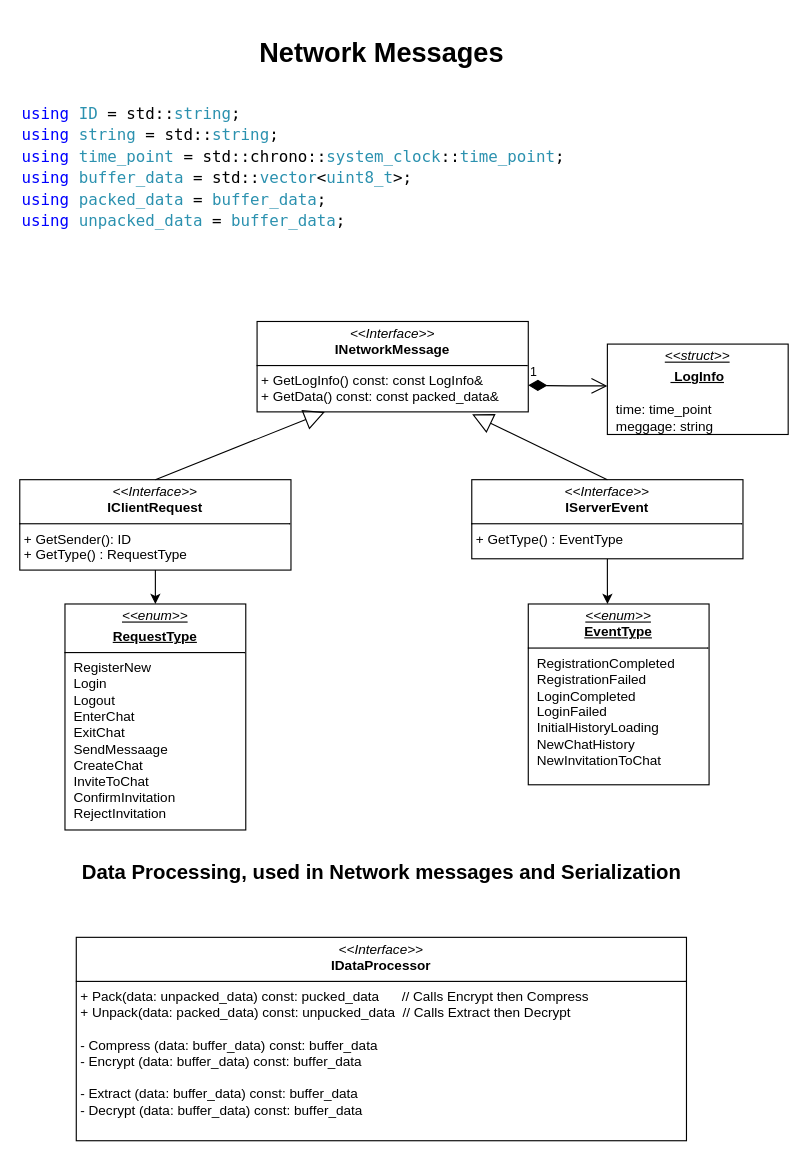
The draw.io diagram Documentation/Diagrams/Network Messages.drawio in CheskisVladimir/MessengerV, before the edit. Source tidied: cells renumbered, new cells numbered last; positions are measured from the earlier drawing's top-left corner, leaving out a move shared by most shapes. Both pictures are drawn from the tidied source at 113%, with x=0, y=0 at pixel (19, 38).
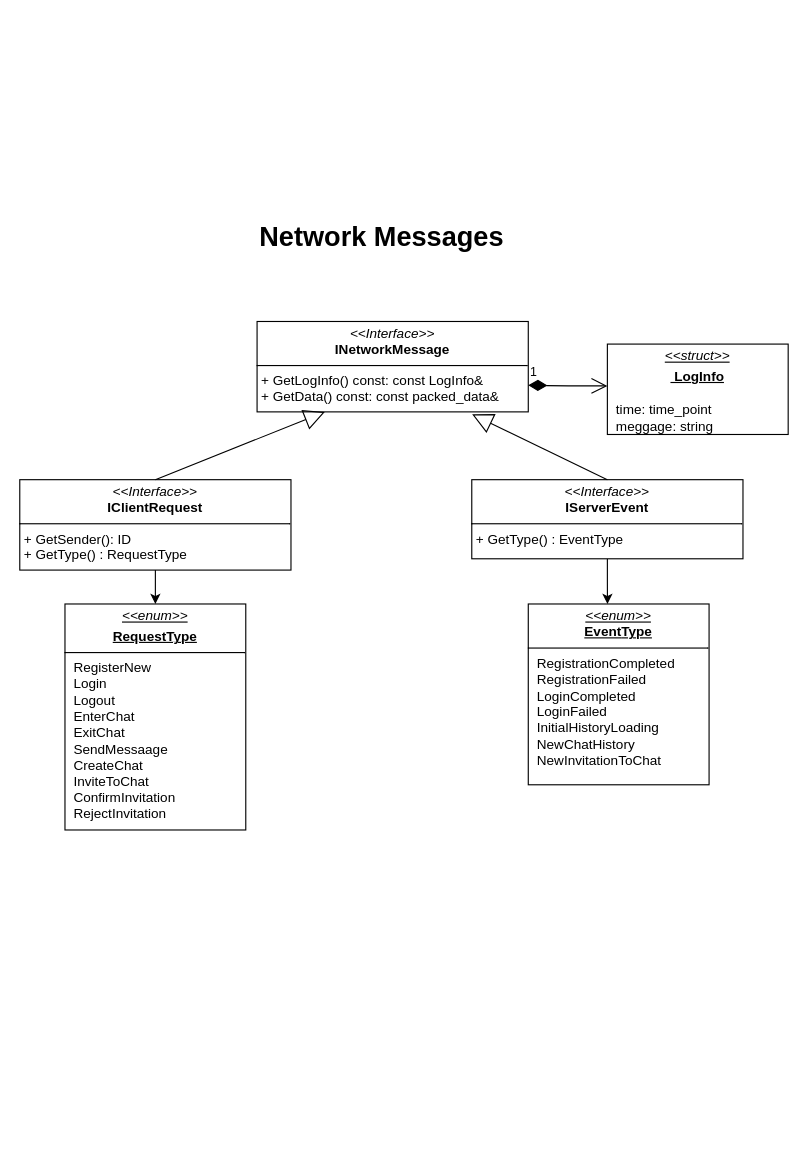
The same diagram, later.

Diff of the diagram source:
```diff
@@
 <mxGraphModel>
   <root>
     <mxCell id="0" />
     <mxCell id="1" parent="0" />
     <mxCell id="2" value="&lt;h1&gt;Network Messages&lt;/h1&gt;" style="text;align=center;fontStyle=1;verticalAlign=middle;spacingLeft=3;spacingRight=3;strokeColor=none;html=1;" parent="1" vertex="1">
-      <mxGeometry x="280" width="80" height="26" as="geometry" />
+      <mxGeometry x="280" y="163" width="80" height="26" as="geometry" />
     </mxCell>
     <mxCell id="3" value="&lt;p style=&quot;margin:0px;margin-top:4px;text-align:center;text-decoration:underline;&quot;&gt;&lt;/p&gt;&lt;p style=&quot;text-decoration-line: underline; margin: 4px 0px 0px; text-align: center;&quot;&gt;&lt;i&gt;&amp;lt;&amp;lt;struct&amp;gt;&amp;gt;&lt;/i&gt;&lt;/p&gt;&lt;p style=&quot;text-decoration-line: underline; margin: 4px 0px 0px; text-align: center;&quot;&gt;&lt;b&gt;&amp;nbsp;LogInfo&lt;/b&gt;&lt;/p&gt;&lt;p style=&quot;margin:0px;margin-left:8px;&quot;&gt;&lt;br&gt;&lt;/p&gt;&lt;p style=&quot;margin:0px;margin-left:8px;&quot;&gt;time: time_point&lt;/p&gt;&lt;p style=&quot;margin:0px;margin-left:8px;&quot;&gt;meggage: string&lt;/p&gt;" style="verticalAlign=top;align=left;overflow=fill;html=1;whiteSpace=wrap;" parent="1" vertex="1">
       <mxGeometry x="520" y="270" width="160" height="80" as="geometry" />
     </mxCell>
     <mxCell id="4" value="&lt;p style=&quot;margin:0px;margin-top:4px;text-align:center;&quot;&gt;&lt;i&gt;&amp;lt;&amp;lt;Interface&amp;gt;&amp;gt;&lt;/i&gt;&lt;br&gt;&lt;b&gt;INetworkMessage&lt;/b&gt;&lt;/p&gt;&lt;hr size=&quot;1&quot; style=&quot;border-style:solid;&quot;&gt;&lt;p style=&quot;margin:0px;margin-left:4px;&quot;&gt;&lt;/p&gt;&lt;p style=&quot;margin:0px;margin-left:4px;&quot;&gt;+ GetLogInfo() const: const LogInfo&amp;amp;&lt;br&gt;+ GetData() const:&amp;nbsp;&lt;span style=&quot;background-color: transparent; color: light-dark(rgb(0, 0, 0), rgb(255, 255, 255));&quot;&gt;const packed_data&amp;amp;&lt;/span&gt;&lt;br&gt;&lt;/p&gt;&lt;p style=&quot;margin:0px;margin-left:4px;&quot;&gt;&lt;br&gt;&lt;/p&gt;" style="verticalAlign=top;align=left;overflow=fill;html=1;whiteSpace=wrap;" parent="1" vertex="1">
       <mxGeometry x="210" y="250" width="240" height="80" as="geometry" />
     </mxCell>
     <mxCell id="5" value="1" style="endArrow=open;html=1;endSize=12;startArrow=diamondThin;startSize=14;startFill=1;edgeStyle=orthogonalEdgeStyle;align=left;verticalAlign=bottom;rounded=0;" parent="1" edge="1">
       <mxGeometry x="-1" y="3" relative="1" as="geometry">
         <mxPoint x="450" y="306.5" as="sourcePoint" />
         <mxPoint x="520" y="307" as="targetPoint" />
       </mxGeometry>
     </mxCell>
     <mxCell id="6" style="edgeStyle=orthogonalEdgeStyle;rounded=0;jettySize=auto;html=1;" parent="1" edge="1" source="7" target="13">
       <mxGeometry relative="1" as="geometry" />
     </mxCell>
     <mxCell id="7" value="&lt;p style=&quot;margin:0px;margin-top:4px;text-align:center;&quot;&gt;&lt;i&gt;&amp;lt;&amp;lt;Interface&amp;gt;&amp;gt;&lt;/i&gt;&lt;br&gt;&lt;b&gt;IClientRequest&lt;/b&gt;&lt;/p&gt;&lt;hr size=&quot;1&quot; style=&quot;border-style:solid;&quot;&gt;&lt;p style=&quot;margin:0px;margin-left:4px;&quot;&gt;&lt;/p&gt;&lt;p style=&quot;margin:0px;margin-left:4px;&quot;&gt;+ GetSender(): ID&lt;br&gt;+ GetType() : RequestType&lt;br&gt;&lt;/p&gt;" style="verticalAlign=top;align=left;overflow=fill;html=1;whiteSpace=wrap;" parent="1" vertex="1">
       <mxGeometry y="390" width="240" height="80" as="geometry" />
     </mxCell>
     <mxCell id="8" style="edgeStyle=orthogonalEdgeStyle;rounded=0;jettySize=auto;html=1;entryX=0.438;entryY=0;entryDx=0;entryDy=0;entryPerimeter=0;" parent="1" edge="1" source="9" target="12">
       <mxGeometry relative="1" as="geometry" />
     </mxCell>
     <mxCell id="9" value="&lt;p style=&quot;margin:0px;margin-top:4px;text-align:center;&quot;&gt;&lt;i&gt;&amp;lt;&amp;lt;Interface&amp;gt;&amp;gt;&lt;/i&gt;&lt;br&gt;&lt;b&gt;IServerEvent&lt;/b&gt;&lt;/p&gt;&lt;hr size=&quot;1&quot; style=&quot;border-style:solid;&quot;&gt;&lt;p style=&quot;margin:0px;margin-left:4px;&quot;&gt;&lt;/p&gt;&lt;p style=&quot;margin:0px;margin-left:4px;&quot;&gt;+ GetType() : EventType&lt;/p&gt;&lt;p style=&quot;margin:0px;margin-left:4px;&quot;&gt;&lt;br&gt;&lt;/p&gt;" style="verticalAlign=top;align=left;overflow=fill;html=1;whiteSpace=wrap;" parent="1" vertex="1">
       <mxGeometry x="400" y="390" width="240" height="70" as="geometry" />
     </mxCell>
     <mxCell id="10" style="endArrow=block;endSize=16;endFill=0;html=1;rounded=0;exitX=0.5;exitY=0;exitDx=0;exitDy=0;" parent="1" edge="1" source="7">
       <mxGeometry relative="1" as="geometry">
         <mxPoint x="270" y="330" as="targetPoint" />
       </mxGeometry>
     </mxCell>
     <mxCell id="11" style="endArrow=block;endSize=16;endFill=0;html=1;rounded=0;entryX=0.793;entryY=1.027;entryDx=0;entryDy=0;exitX=0.5;exitY=0;exitDx=0;exitDy=0;entryPerimeter=0;" parent="1" edge="1" source="9" target="4">
       <mxGeometry relative="1" as="geometry" />
     </mxCell>
     <mxCell id="12" value="&lt;p style=&quot;text-decoration-line: underline; margin: 4px 0px 0px; text-align: center;&quot;&gt;&lt;i&gt;&amp;lt;&amp;lt;enum&amp;gt;&amp;gt;&lt;br&gt;&lt;/i&gt;&lt;b&gt;Event&lt;/b&gt;&lt;b style=&quot;background-color: transparent; color: light-dark(rgb(0, 0, 0), rgb(255, 255, 255));&quot;&gt;Type&lt;/b&gt;&lt;/p&gt;&lt;hr size=&quot;1&quot; style=&quot;border-style:solid;&quot;&gt;&lt;p style=&quot;margin:0px;margin-left:8px;&quot;&gt;RegistrationCompleted&lt;br&gt;RegistrationFailed&lt;br&gt;LoginCompleted&lt;/p&gt;&lt;p style=&quot;margin:0px;margin-left:8px;&quot;&gt;LoginFailed&lt;/p&gt;&lt;p style=&quot;margin:0px;margin-left:8px;&quot;&gt;InitialHistoryLoading&lt;/p&gt;&lt;p style=&quot;margin:0px;margin-left:8px;&quot;&gt;NewChatHistory&lt;/p&gt;&lt;p style=&quot;margin:0px;margin-left:8px;&quot;&gt;NewInvitationToChat&lt;/p&gt;" style="verticalAlign=top;align=left;overflow=fill;html=1;whiteSpace=wrap;" parent="1" vertex="1">
       <mxGeometry x="450" y="500" width="160" height="160" as="geometry" />
     </mxCell>
     <mxCell id="13" value="&lt;p style=&quot;margin:0px;margin-top:4px;text-align:center;text-decoration:underline;&quot;&gt;&lt;i&gt;&amp;lt;&amp;lt;enum&amp;gt;&amp;gt;&lt;/i&gt;&lt;/p&gt;&lt;p style=&quot;margin:0px;margin-top:4px;text-align:center;text-decoration:underline;&quot;&gt;&lt;b&gt;RequestType&lt;/b&gt;&lt;/p&gt;&lt;hr size=&quot;1&quot; style=&quot;border-style:solid;&quot;&gt;&lt;p style=&quot;margin:0px;margin-left:8px;&quot;&gt;RegisterNew&lt;br&gt;Login&lt;br&gt;Logout&lt;br&gt;EnterChat&lt;/p&gt;&lt;p style=&quot;margin:0px;margin-left:8px;&quot;&gt;ExitChat&lt;/p&gt;&lt;p style=&quot;margin:0px;margin-left:8px;&quot;&gt;SendMessaage&lt;/p&gt;&lt;p style=&quot;margin:0px;margin-left:8px;&quot;&gt;CreateChat&lt;br&gt;InviteToChat&lt;/p&gt;&lt;p style=&quot;margin:0px;margin-left:8px;&quot;&gt;ConfirmInvitation&lt;br&gt;Reject&lt;span style=&quot;background-color: transparent; color: light-dark(rgb(0, 0, 0), rgb(255, 255, 255));&quot;&gt;Invitation&lt;/span&gt;&lt;/p&gt;" style="verticalAlign=top;align=left;overflow=fill;html=1;whiteSpace=wrap;" parent="1" vertex="1">
       <mxGeometry x="40" y="500" width="160" height="200" as="geometry" />
     </mxCell>
-    <mxCell id="14" value="&lt;p style=&quot;margin:0px;margin-top:4px;text-align:center;&quot;&gt;&lt;i&gt;&amp;lt;&amp;lt;Interface&amp;gt;&amp;gt;&lt;/i&gt;&lt;br&gt;&lt;b&gt;IDataProcessor&lt;/b&gt;&lt;/p&gt;&lt;hr size=&quot;1&quot; style=&quot;border-style:solid;&quot;&gt;&lt;p style=&quot;margin:0px;margin-left:4px;&quot;&gt;&lt;/p&gt;&lt;p style=&quot;margin:0px;margin-left:4px;&quot;&gt;+ Pack(data: unpacked_data) const: pucked_data&amp;nbsp; &amp;nbsp; &amp;nbsp; // Calls&amp;nbsp;&lt;span style=&quot;background-color: transparent; color: light-dark(rgb(0, 0, 0), rgb(255, 255, 255));&quot;&gt;Encrypt then&amp;nbsp;&lt;/span&gt;&lt;span style=&quot;background-color: transparent; color: light-dark(rgb(0, 0, 0), rgb(255, 255, 255));&quot;&gt;Compress&lt;/span&gt;&lt;/p&gt;&lt;p style=&quot;margin:0px;margin-left:4px;&quot;&gt;+ Unpack(data: packed_data) const: unpucked_data&amp;nbsp; //&amp;nbsp;&lt;span style=&quot;background-color: transparent; color: light-dark(rgb(0, 0, 0), rgb(255, 255, 255));&quot;&gt;Calls&amp;nbsp;&lt;/span&gt;Extract&lt;span style=&quot;background-color: transparent; color: light-dark(rgb(0, 0, 0), rgb(255, 255, 255));&quot;&gt;&amp;nbsp;then&amp;nbsp;&lt;/span&gt;&lt;span style=&quot;background-color: transparent; color: light-dark(rgb(0, 0, 0), rgb(255, 255, 255));&quot;&gt;Decrypt&lt;/span&gt;&lt;br&gt;&lt;/p&gt;&lt;p style=&quot;margin:0px;margin-left:4px;&quot;&gt;&lt;br&gt;&lt;/p&gt;&lt;p style=&quot;margin:0px;margin-left:4px;&quot;&gt;- Compress (data: buffer_data) const: buffer_data&lt;/p&gt;&lt;p style=&quot;margin: 0px 0px 0px 4px;&quot;&gt;- Encrypt (data: buffer_data) const: buffer_data&lt;/p&gt;&lt;p style=&quot;margin: 0px 0px 0px 4px;&quot;&gt;&lt;br&gt;&lt;/p&gt;&lt;p style=&quot;margin: 0px 0px 0px 4px;&quot;&gt;- Extract (data: buffer_data) const: buffer_data&lt;/p&gt;&lt;p style=&quot;margin: 0px 0px 0px 4px;&quot;&gt;- Decrypt (data: buffer_data) const: buffer_data&lt;/p&gt;&lt;p style=&quot;margin: 0px 0px 0px 4px;&quot;&gt;&lt;br&gt;&lt;/p&gt;&lt;p style=&quot;margin: 0px 0px 0px 4px;&quot;&gt;&lt;br&gt;&lt;/p&gt;" style="verticalAlign=top;align=left;overflow=fill;html=1;whiteSpace=wrap;" parent="1" vertex="1">
-      <mxGeometry x="50" y="795" width="540" height="180" as="geometry" />
-    </mxCell>
-    <mxCell id="15" value="&lt;div style=&quot;color: #000000;background-color: #ffffff;font-family: 'Droid Sans Mono', 'monospace', monospace;font-weight: normal;font-size: 14px;line-height: 19px;white-space: pre;&quot;&gt;&lt;div&gt;&lt;span style=&quot;color: #0000ff;&quot;&gt;using&lt;/span&gt;&lt;span style=&quot;color: #000000;&quot;&gt; &lt;/span&gt;&lt;span style=&quot;color: #2b91af;&quot;&gt;ID&lt;/span&gt;&lt;span style=&quot;color: #000000;&quot;&gt; = &lt;/span&gt;&lt;span style=&quot;color: #000000;&quot;&gt;std&lt;/span&gt;&lt;span style=&quot;color: #000000;&quot;&gt;::&lt;/span&gt;&lt;span style=&quot;color: #2b91af;&quot;&gt;string&lt;/span&gt;&lt;span style=&quot;color: #000000;&quot;&gt;;&lt;/span&gt;&lt;/div&gt;&lt;div&gt;&lt;span style=&quot;color: #0000ff;&quot;&gt;using&lt;/span&gt;&lt;span style=&quot;color: #000000;&quot;&gt; &lt;/span&gt;&lt;span style=&quot;color: #2b91af;&quot;&gt;string&lt;/span&gt;&lt;span style=&quot;color: #000000;&quot;&gt; = &lt;/span&gt;&lt;span style=&quot;color: #000000;&quot;&gt;std&lt;/span&gt;&lt;span style=&quot;color: #000000;&quot;&gt;::&lt;/span&gt;&lt;span style=&quot;color: #2b91af;&quot;&gt;string&lt;/span&gt;&lt;span style=&quot;color: #000000;&quot;&gt;;&lt;/span&gt;&lt;/div&gt;&lt;div&gt;&lt;span style=&quot;color: #0000ff;&quot;&gt;using&lt;/span&gt;&lt;span style=&quot;color: #000000;&quot;&gt; &lt;/span&gt;&lt;span style=&quot;color: #2b91af;&quot;&gt;time_point&lt;/span&gt;&lt;span style=&quot;color: #000000;&quot;&gt; = &lt;/span&gt;&lt;span style=&quot;color: #000000;&quot;&gt;std&lt;/span&gt;&lt;span style=&quot;color: #000000;&quot;&gt;::&lt;/span&gt;&lt;span style=&quot;color: #000000;&quot;&gt;chrono&lt;/span&gt;&lt;span style=&quot;color: #000000;&quot;&gt;::&lt;/span&gt;&lt;span style=&quot;color: #2b91af;&quot;&gt;system_clock&lt;/span&gt;&lt;span style=&quot;color: #000000;&quot;&gt;::&lt;/span&gt;&lt;span style=&quot;color: #2b91af;&quot;&gt;time_point&lt;/span&gt;&lt;span style=&quot;color: #000000;&quot;&gt;;&lt;/span&gt;&lt;/div&gt;&lt;div&gt;&lt;span style=&quot;color: #0000ff;&quot;&gt;using&lt;/span&gt;&lt;span style=&quot;color: #000000;&quot;&gt; &lt;/span&gt;&lt;span style=&quot;color: #2b91af;&quot;&gt;buffer_data&lt;/span&gt;&lt;span style=&quot;color: #000000;&quot;&gt; = &lt;/span&gt;&lt;span style=&quot;color: #000000;&quot;&gt;std&lt;/span&gt;&lt;span style=&quot;color: #000000;&quot;&gt;::&lt;/span&gt;&lt;span style=&quot;color: #2b91af;&quot;&gt;vector&lt;/span&gt;&lt;span style=&quot;color: #000000;&quot;&gt;&amp;lt;&lt;/span&gt;&lt;span style=&quot;color: #2b91af;&quot;&gt;uint8_t&lt;/span&gt;&lt;span style=&quot;color: #000000;&quot;&gt;&amp;gt;;&lt;/span&gt;&lt;/div&gt;&lt;div&gt;&lt;span style=&quot;color: #0000ff;&quot;&gt;using&lt;/span&gt;&lt;span style=&quot;color: #000000;&quot;&gt; &lt;/span&gt;&lt;span style=&quot;color: #2b91af;&quot;&gt;packed_data&lt;/span&gt;&lt;span style=&quot;color: #000000;&quot;&gt; = &lt;/span&gt;&lt;span style=&quot;color: #2b91af;&quot;&gt;buffer_data&lt;/span&gt;&lt;span style=&quot;color: #000000;&quot;&gt;;&lt;/span&gt;&lt;/div&gt;&lt;div&gt;&lt;span style=&quot;color: #0000ff;&quot;&gt;using&lt;/span&gt;&lt;span style=&quot;color: #000000;&quot;&gt; &lt;/span&gt;&lt;span style=&quot;color: #2b91af;&quot;&gt;unpacked_data&lt;/span&gt;&lt;span style=&quot;color: #000000;&quot;&gt; = &lt;/span&gt;&lt;span style=&quot;color: #2b91af;&quot;&gt;buffer_data&lt;/span&gt;&lt;span style=&quot;color: #000000;&quot;&gt;;&lt;/span&gt;&lt;/div&gt;&lt;br&gt;&lt;/div&gt;" style="text;whiteSpace=wrap;html=1;" parent="1" vertex="1">
-      <mxGeometry y="50" width="510" height="160" as="geometry" />
-    </mxCell>
-    <mxCell id="16" value="&lt;h2&gt;Data Processing, used in Network messages and Serialization&lt;/h2&gt;" style="text;align=center;fontStyle=1;verticalAlign=middle;spacingLeft=3;spacingRight=3;strokeColor=none;html=1;" parent="1" vertex="1">
-      <mxGeometry x="280" y="725" width="80" height="26" as="geometry" />
-    </mxCell>
   </root>
 </mxGraphModel>
```
